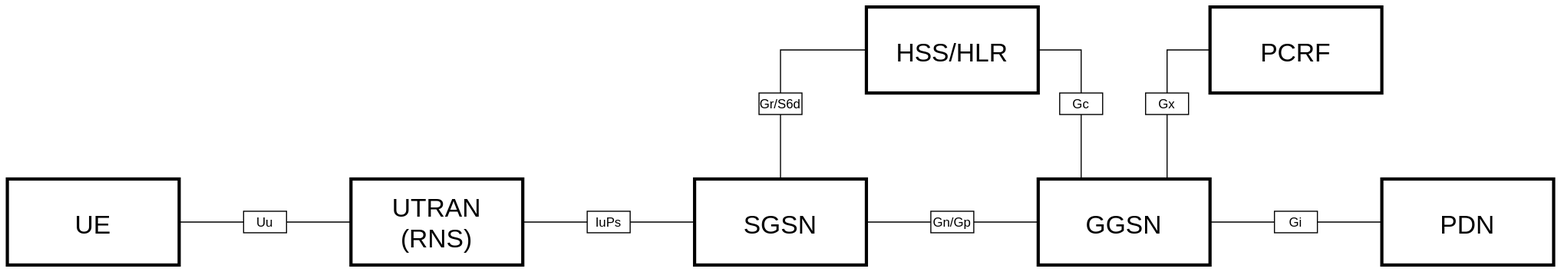
The draw.io diagram images/gprs-architecture.svg in amirsarebani81/core-network, before a commit. Source tidied: cells renumbered, new cells last; positions are measured from the earlier drawing's top-left corner, leaving out a move shared by most shapes.
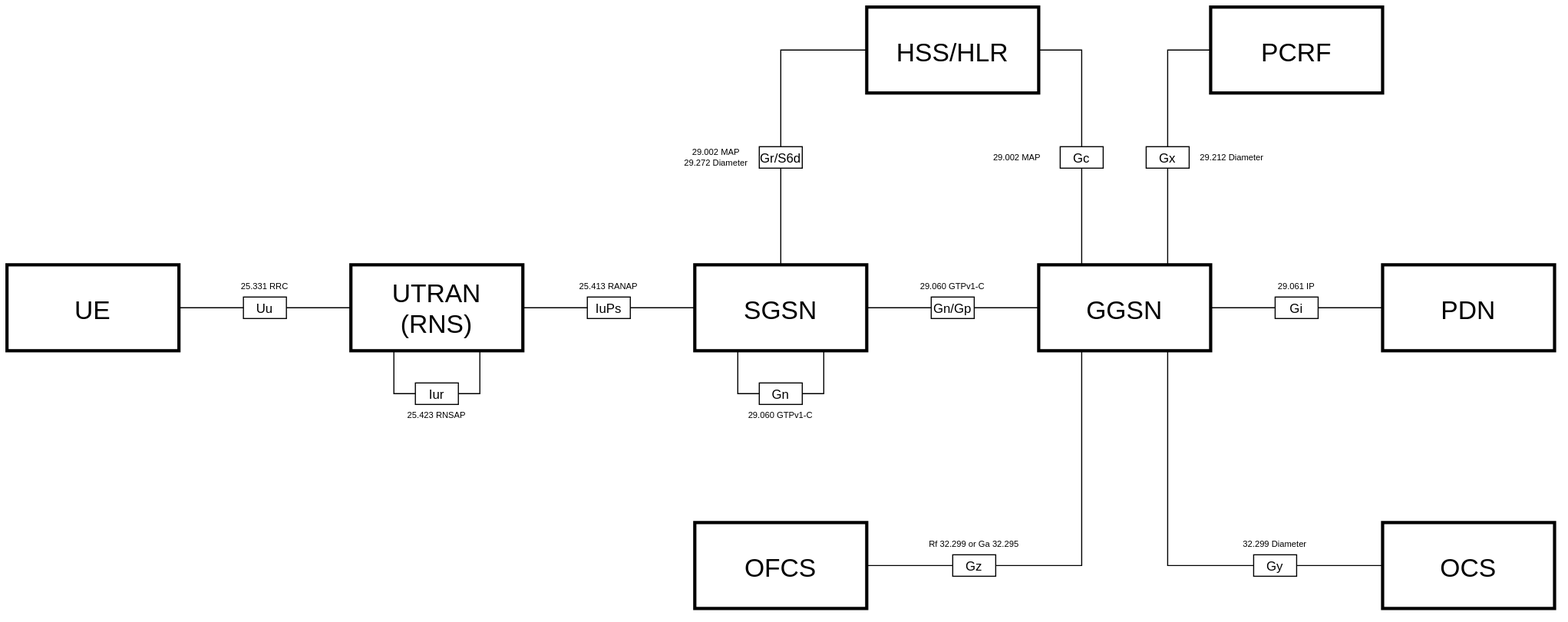
After the change.

Commit message:
WIP: Complete architecture figures

What changed in the source:
```diff
@@ -4,5 +4,2 @@
     <mxCell id="1" parent="0" />
-    <mxCell id="2" style="edgeStyle=orthogonalEdgeStyle;rounded=0;jettySize=auto;html=1;exitX=1;exitY=0.5;exitDx=0;exitDy=0;entryX=0;entryY=0.5;entryDx=0;entryDy=0;endArrow=none;endFill=0;" parent="1" edge="1" source="3" target="15">
-      <mxGeometry relative="1" as="geometry" />
-    </mxCell>
     <mxCell id="3" value="UE" style="rounded=0;whiteSpace=wrap;html=1;fontFamily=Helvetica;fontSize=24;strokeWidth=3;convertToSvg=1;svgWhiteSpace=wrap;" parent="1" vertex="1">
@@ -10,5 +7,2 @@
     </mxCell>
-    <mxCell id="4" style="edgeStyle=orthogonalEdgeStyle;rounded=0;jettySize=auto;html=1;exitX=1;exitY=0.5;exitDx=0;exitDy=0;entryX=0;entryY=0.5;entryDx=0;entryDy=0;endArrow=none;endFill=0;" parent="1" edge="1" source="5" target="17">
-      <mxGeometry relative="1" as="geometry" />
-    </mxCell>
     <mxCell id="5" value="UTRAN&lt;br&gt;(RNS)" style="rounded=0;whiteSpace=wrap;html=1;fontFamily=Helvetica;fontSize=24;strokeWidth=3;convertToSvg=1;svgWhiteSpace=wrap;" parent="1" vertex="1">
@@ -16,8 +10,2 @@
     </mxCell>
-    <mxCell id="6" style="edgeStyle=orthogonalEdgeStyle;rounded=0;jettySize=auto;html=1;exitX=1;exitY=0.5;exitDx=0;exitDy=0;entryX=0;entryY=0.5;entryDx=0;entryDy=0;endArrow=none;endFill=0;" parent="1" edge="1" source="8" target="19">
-      <mxGeometry relative="1" as="geometry" />
-    </mxCell>
-    <mxCell id="7" style="edgeStyle=orthogonalEdgeStyle;rounded=0;jettySize=auto;html=1;exitX=0.5;exitY=0;exitDx=0;exitDy=0;entryX=0.5;entryY=1;entryDx=0;entryDy=0;endArrow=none;endFill=0;" parent="1" edge="1" source="8" target="24">
-      <mxGeometry relative="1" as="geometry" />
-    </mxCell>
     <mxCell id="8" value="SGSN" style="rounded=0;whiteSpace=wrap;html=1;fontFamily=Helvetica;fontSize=24;strokeWidth=3;convertToSvg=1;svgWhiteSpace=wrap;" parent="1" vertex="1">
@@ -25,15 +13,2 @@
     </mxCell>
-    <mxCell id="9" style="edgeStyle=orthogonalEdgeStyle;rounded=0;jettySize=auto;html=1;exitX=1;exitY=0.5;exitDx=0;exitDy=0;entryX=0;entryY=0.5;entryDx=0;entryDy=0;endArrow=none;endFill=0;" parent="1" edge="1" source="12" target="21">
-      <mxGeometry relative="1" as="geometry" />
-    </mxCell>
-    <mxCell id="10" style="edgeStyle=orthogonalEdgeStyle;rounded=0;jettySize=auto;html=1;exitX=0.25;exitY=0;exitDx=0;exitDy=0;entryX=0.5;entryY=1;entryDx=0;entryDy=0;endArrow=none;endFill=0;" parent="1" edge="1" source="12" target="26">
-      <mxGeometry relative="1" as="geometry">
-        <Array as="points">
-          <mxPoint x="1000" y="100" />
-        </Array>
-      </mxGeometry>
-    </mxCell>
-    <mxCell id="11" style="edgeStyle=orthogonalEdgeStyle;rounded=0;jettySize=auto;html=1;exitX=0.75;exitY=0;exitDx=0;exitDy=0;entryX=0.5;entryY=1;entryDx=0;entryDy=0;endArrow=none;endFill=0;" parent="1" edge="1" source="12" target="29">
-      <mxGeometry relative="1" as="geometry" />
-    </mxCell>
     <mxCell id="12" value="GGSN" style="rounded=0;whiteSpace=wrap;html=1;fontFamily=Helvetica;fontSize=24;strokeWidth=3;convertToSvg=1;svgWhiteSpace=wrap;" parent="1" vertex="1">
@@ -44,39 +19,131 @@
     </mxCell>
+    <mxCell id="22" value="HSS/HLR" style="rounded=0;whiteSpace=wrap;html=1;fontFamily=Helvetica;fontSize=24;strokeWidth=3;convertToSvg=1;svgWhiteSpace=wrap;" parent="1" vertex="1">
+      <mxGeometry x="800" y="-80" width="160" height="80" as="geometry" />
+    </mxCell>
+    <mxCell id="27" value="PCRF" style="rounded=0;whiteSpace=wrap;html=1;fontFamily=Helvetica;fontSize=24;strokeWidth=3;convertToSvg=1;svgWhiteSpace=wrap;" parent="1" vertex="1">
+      <mxGeometry x="1120" y="-80" width="160" height="80" as="geometry" />
+    </mxCell>
+    <mxCell id="30" value="OFCS" style="rounded=0;whiteSpace=wrap;html=1;fontFamily=Helvetica;fontSize=24;strokeWidth=3;convertToSvg=1;svgWhiteSpace=wrap;" parent="1" vertex="1">
+      <mxGeometry x="640" y="400" width="160" height="80" as="geometry" />
+    </mxCell>
+    <mxCell id="31" value="OCS" style="rounded=0;whiteSpace=wrap;html=1;fontFamily=Helvetica;fontSize=24;strokeWidth=3;convertToSvg=1;svgWhiteSpace=wrap;" parent="1" vertex="1">
+      <mxGeometry x="1280" y="400" width="160" height="80" as="geometry" />
+    </mxCell>
+    <mxCell id="15" value="Uu" style="rounded=0;whiteSpace=wrap;html=1;fontSize=12;strokeWidth=1;convertToSvg=1;svgWhiteSpace=wrap;" parent="1" vertex="1">
+      <mxGeometry x="220" y="190" width="40" height="20" as="geometry" />
+    </mxCell>
+    <mxCell id="32" value="25.331 RRC" style="text;html=1;whiteSpace=wrap;strokeColor=none;fillColor=none;align=center;verticalAlign=middle;rounded=0;fontSize=8;convertToSvg=1;svgWhiteSpace=wrap;" parent="1" vertex="1">
+      <mxGeometry x="200" y="170" width="80" height="20" as="geometry" />
+    </mxCell>
+    <mxCell id="2" style="edgeStyle=orthogonalEdgeStyle;rounded=0;jettySize=auto;html=1;exitX=1;exitY=0.5;exitDx=0;exitDy=0;entryX=0;entryY=0.5;entryDx=0;entryDy=0;endArrow=none;endFill=0;convertToSvg=1;" parent="1" edge="1" source="3" target="15">
+      <mxGeometry relative="1" as="geometry" />
+    </mxCell>
-    <mxCell id="14" style="edgeStyle=orthogonalEdgeStyle;rounded=0;jettySize=auto;html=1;exitX=1;exitY=0.5;exitDx=0;exitDy=0;entryX=0;entryY=0.5;entryDx=0;entryDy=0;endArrow=none;endFill=0;" parent="1" edge="1" source="15" target="5">
+    <mxCell id="14" style="edgeStyle=orthogonalEdgeStyle;rounded=0;jettySize=auto;html=1;exitX=1;exitY=0.5;exitDx=0;exitDy=0;entryX=0;entryY=0.5;entryDx=0;entryDy=0;endArrow=none;endFill=0;convertToSvg=1;" parent="1" edge="1" source="15" target="5">
       <mxGeometry relative="1" as="geometry" />
     </mxCell>
-    <mxCell id="15" value="Uu" style="rounded=0;whiteSpace=wrap;html=1;fontSize=12;strokeWidth=1;convertToSvg=1;svgWhiteSpace=wrap;" parent="1" vertex="1">
-      <mxGeometry x="220" y="190" width="40" height="20" as="geometry" />
-    </mxCell>
+    <mxCell id="17" value="IuPs" style="rounded=0;whiteSpace=wrap;html=1;fontSize=12;strokeWidth=1;convertToSvg=1;svgWhiteSpace=wrap;" parent="1" vertex="1">
+      <mxGeometry x="540" y="190" width="40" height="20" as="geometry" />
+    </mxCell>
+    <mxCell id="33" value="25.413 RANAP" style="text;html=1;whiteSpace=wrap;strokeColor=none;fillColor=none;align=center;verticalAlign=middle;rounded=0;fontSize=8;convertToSvg=1;svgWhiteSpace=wrap;" parent="1" vertex="1">
+      <mxGeometry x="520" y="170" width="80" height="20" as="geometry" />
+    </mxCell>
+    <mxCell id="4" style="edgeStyle=orthogonalEdgeStyle;rounded=0;jettySize=auto;html=1;exitX=1;exitY=0.5;exitDx=0;exitDy=0;entryX=0;entryY=0.5;entryDx=0;entryDy=0;endArrow=none;endFill=0;convertToSvg=1;" parent="1" edge="1" source="5" target="17">
+      <mxGeometry relative="1" as="geometry" />
+    </mxCell>
-    <mxCell id="16" style="edgeStyle=orthogonalEdgeStyle;rounded=0;jettySize=auto;html=1;exitX=1;exitY=0.5;exitDx=0;exitDy=0;entryX=0;entryY=0.5;entryDx=0;entryDy=0;endArrow=none;endFill=0;" parent="1" edge="1" source="17" target="8">
+    <mxCell id="16" style="edgeStyle=orthogonalEdgeStyle;rounded=0;jettySize=auto;html=1;exitX=1;exitY=0.5;exitDx=0;exitDy=0;entryX=0;entryY=0.5;entryDx=0;entryDy=0;endArrow=none;endFill=0;convertToSvg=1;" parent="1" edge="1" source="17" target="8">
       <mxGeometry relative="1" as="geometry" />
     </mxCell>
-    <mxCell id="17" value="IuPs" style="rounded=0;whiteSpace=wrap;html=1;fontSize=12;strokeWidth=1;convertToSvg=1;svgWhiteSpace=wrap;" parent="1" vertex="1">
-      <mxGeometry x="540" y="190" width="40" height="20" as="geometry" />
-    </mxCell>
+    <mxCell id="19" value="Gn/Gp" style="rounded=0;whiteSpace=wrap;html=1;fontSize=12;strokeWidth=1;convertToSvg=1;svgWhiteSpace=wrap;" parent="1" vertex="1">
+      <mxGeometry x="860" y="190" width="40" height="20" as="geometry" />
+    </mxCell>
+    <mxCell id="34" value="29.060 GTPv1-C" style="text;html=1;whiteSpace=wrap;strokeColor=none;fillColor=none;align=center;verticalAlign=middle;rounded=0;fontSize=8;convertToSvg=1;svgWhiteSpace=wrap;" parent="1" vertex="1">
+      <mxGeometry x="840" y="170" width="80" height="20" as="geometry" />
+    </mxCell>
+    <mxCell id="6" style="edgeStyle=orthogonalEdgeStyle;rounded=0;jettySize=auto;html=1;exitX=1;exitY=0.5;exitDx=0;exitDy=0;entryX=0;entryY=0.5;entryDx=0;entryDy=0;endArrow=none;endFill=0;convertToSvg=1;" parent="1" edge="1" source="8" target="19">
+      <mxGeometry relative="1" as="geometry" />
+    </mxCell>
-    <mxCell id="18" style="edgeStyle=orthogonalEdgeStyle;rounded=0;jettySize=auto;html=1;exitX=1;exitY=0.5;exitDx=0;exitDy=0;entryX=0;entryY=0.5;entryDx=0;entryDy=0;endArrow=none;endFill=0;" parent="1" edge="1" source="19" target="12">
+    <mxCell id="18" style="edgeStyle=orthogonalEdgeStyle;rounded=0;jettySize=auto;html=1;exitX=1;exitY=0.5;exitDx=0;exitDy=0;entryX=0;entryY=0.5;entryDx=0;entryDy=0;endArrow=none;endFill=0;convertToSvg=1;" parent="1" edge="1" source="19" target="12">
       <mxGeometry relative="1" as="geometry" />
     </mxCell>
-    <mxCell id="19" value="Gn/Gp" style="rounded=0;whiteSpace=wrap;html=1;fontSize=12;strokeWidth=1;convertToSvg=1;svgWhiteSpace=wrap;" parent="1" vertex="1">
-      <mxGeometry x="860" y="190" width="40" height="20" as="geometry" />
-    </mxCell>
+    <mxCell id="21" value="Gi" style="rounded=0;whiteSpace=wrap;html=1;fontSize=12;strokeWidth=1;convertToSvg=1;svgWhiteSpace=wrap;" parent="1" vertex="1">
+      <mxGeometry x="1180" y="190" width="40" height="20" as="geometry" />
+    </mxCell>
+    <mxCell id="35" value="29.061 IP" style="text;html=1;whiteSpace=wrap;strokeColor=none;fillColor=none;align=center;verticalAlign=middle;rounded=0;fontSize=8;convertToSvg=1;svgWhiteSpace=wrap;" parent="1" vertex="1">
+      <mxGeometry x="1160" y="170" width="80" height="20" as="geometry" />
+    </mxCell>
+    <mxCell id="9" style="edgeStyle=orthogonalEdgeStyle;rounded=0;jettySize=auto;html=1;exitX=1;exitY=0.5;exitDx=0;exitDy=0;entryX=0;entryY=0.5;entryDx=0;entryDy=0;endArrow=none;endFill=0;convertToSvg=1;" parent="1" edge="1" source="12" target="21">
+      <mxGeometry relative="1" as="geometry" />
+    </mxCell>
-    <mxCell id="20" style="edgeStyle=orthogonalEdgeStyle;rounded=0;jettySize=auto;html=1;exitX=1;exitY=0.5;exitDx=0;exitDy=0;entryX=0;entryY=0.5;entryDx=0;entryDy=0;endArrow=none;endFill=0;" parent="1" edge="1" source="21" target="13">
+    <mxCell id="20" style="edgeStyle=orthogonalEdgeStyle;rounded=0;jettySize=auto;html=1;exitX=1;exitY=0.5;exitDx=0;exitDy=0;entryX=0;entryY=0.5;entryDx=0;entryDy=0;endArrow=none;endFill=0;convertToSvg=1;" parent="1" edge="1" source="21" target="13">
       <mxGeometry relative="1" as="geometry" />
     </mxCell>
-    <mxCell id="21" value="Gi" style="rounded=0;whiteSpace=wrap;html=1;fontSize=12;strokeWidth=1;convertToSvg=1;svgWhiteSpace=wrap;" parent="1" vertex="1">
-      <mxGeometry x="1180" y="190" width="40" height="20" as="geometry" />
-    </mxCell>
-    <mxCell id="22" value="HSS/HLR" style="rounded=0;whiteSpace=wrap;html=1;fontFamily=Helvetica;fontSize=24;strokeWidth=3;convertToSvg=1;svgWhiteSpace=wrap;" parent="1" vertex="1">
-      <mxGeometry x="800" width="160" height="80" as="geometry" />
-    </mxCell>
+    <mxCell id="36" value="Iur" style="rounded=0;whiteSpace=wrap;html=1;fontSize=12;strokeWidth=1;convertToSvg=1;svgWhiteSpace=wrap;" parent="1" vertex="1">
+      <mxGeometry x="380" y="270" width="40" height="20" as="geometry" />
+    </mxCell>
+    <mxCell id="37" value="25.423 RNSAP" style="text;html=1;whiteSpace=wrap;strokeColor=none;fillColor=none;align=center;verticalAlign=middle;rounded=0;fontSize=8;convertToSvg=1;svgWhiteSpace=wrap;" parent="1" vertex="1">
+      <mxGeometry x="360" y="290" width="80" height="20" as="geometry" />
+    </mxCell>
+    <mxCell id="38" style="edgeStyle=orthogonalEdgeStyle;rounded=0;jettySize=auto;html=1;exitX=0.25;exitY=1;exitDx=0;exitDy=0;exitPerimeter=0;entryX=0;entryY=0.5;entryDx=0;entryDy=0;endArrow=none;endFill=0;convertToSvg=1;" parent="1" edge="1" source="5" target="36">
+      <mxGeometry relative="1" as="geometry">
+        <Array as="points">
+          <mxPoint x="360" y="280" />
+        </Array>
+      </mxGeometry>
+    </mxCell>
+    <mxCell id="39" style="edgeStyle=orthogonalEdgeStyle;rounded=0;jettySize=auto;html=1;exitX=1;exitY=0.5;exitDx=0;exitDy=0;entryX=0.75;entryY=1;entryDx=0;entryDy=0;entryPerimeter=0;endArrow=none;endFill=0;convertToSvg=1;" parent="1" edge="1" source="36" target="5">
+      <mxGeometry relative="1" as="geometry">
+        <Array as="points">
+          <mxPoint x="440" y="280" />
+        </Array>
+      </mxGeometry>
+    </mxCell>
+    <mxCell id="40" value="Gn" style="rounded=0;whiteSpace=wrap;html=1;fontSize=12;strokeWidth=1;convertToSvg=1;svgWhiteSpace=wrap;" parent="1" vertex="1">
+      <mxGeometry x="700" y="270" width="40" height="20" as="geometry" />
+    </mxCell>
+    <mxCell id="41" value="29.060 GTPv1-C" style="text;html=1;whiteSpace=wrap;strokeColor=none;fillColor=none;align=center;verticalAlign=middle;rounded=0;fontSize=8;convertToSvg=1;svgWhiteSpace=wrap;" parent="1" vertex="1">
+      <mxGeometry x="680" y="290" width="80" height="20" as="geometry" />
+    </mxCell>
+    <mxCell id="42" style="edgeStyle=orthogonalEdgeStyle;rounded=0;jettySize=auto;html=1;exitX=0.25;exitY=1;exitDx=0;exitDy=0;exitPerimeter=0;entryX=0;entryY=0.5;entryDx=0;entryDy=0;endArrow=none;endFill=0;convertToSvg=1;" parent="1" edge="1" source="8" target="40">
+      <mxGeometry relative="1" as="geometry">
+        <Array as="points">
+          <mxPoint x="680" y="280" />
+        </Array>
+      </mxGeometry>
+    </mxCell>
+    <mxCell id="43" style="edgeStyle=orthogonalEdgeStyle;rounded=0;jettySize=auto;html=1;exitX=1;exitY=0.5;exitDx=0;exitDy=0;entryX=0.75;entryY=1;entryDx=0;entryDy=0;entryPerimeter=0;endArrow=none;endFill=0;convertToSvg=1;" parent="1" edge="1" source="40" target="8">
+      <mxGeometry relative="1" as="geometry">
+        <Array as="points">
+          <mxPoint x="760" y="280" />
+        </Array>
+      </mxGeometry>
+    </mxCell>
+    <mxCell id="24" value="Gr/S6d" style="rounded=0;whiteSpace=wrap;html=1;fontSize=12;strokeWidth=1;convertToSvg=1;svgWhiteSpace=wrap;" parent="1" vertex="1">
+      <mxGeometry x="700" y="50" width="40" height="20" as="geometry" />
+    </mxCell>
+    <mxCell id="44" value="29.002 MAP&lt;br&gt;29.272 Diameter" style="text;html=1;whiteSpace=wrap;strokeColor=none;fillColor=none;align=center;verticalAlign=middle;rounded=0;fontSize=8;convertToSvg=1;svgWhiteSpace=wrap;" parent="1" vertex="1">
+      <mxGeometry x="620" y="50" width="80" height="20" as="geometry" />
+    </mxCell>
+    <mxCell id="7" style="edgeStyle=orthogonalEdgeStyle;rounded=0;jettySize=auto;html=1;exitX=0.5;exitY=0;exitDx=0;exitDy=0;entryX=0.5;entryY=1;entryDx=0;entryDy=0;endArrow=none;endFill=0;convertToSvg=1;" parent="1" edge="1" source="8" target="24">
+      <mxGeometry relative="1" as="geometry" />
+    </mxCell>
-    <mxCell id="23" style="edgeStyle=orthogonalEdgeStyle;rounded=0;jettySize=auto;html=1;exitX=0.5;exitY=0;exitDx=0;exitDy=0;entryX=0;entryY=0.5;entryDx=0;entryDy=0;endArrow=none;endFill=0;" parent="1" edge="1" source="24" target="22">
-      <mxGeometry relative="1" as="geometry" />
+    <mxCell id="23" style="edgeStyle=orthogonalEdgeStyle;rounded=0;jettySize=auto;html=1;exitX=0.5;exitY=0;exitDx=0;exitDy=0;entryX=0;entryY=0.5;entryDx=0;entryDy=0;endArrow=none;endFill=0;convertToSvg=1;" parent="1" edge="1" source="24" target="22">
+      <mxGeometry relative="1" as="geometry">
+        <Array as="points">
+          <mxPoint x="720" y="-40" />
+        </Array>
+      </mxGeometry>
     </mxCell>
-    <mxCell id="24" value="Gr/S6d" style="rounded=0;whiteSpace=wrap;html=1;fontSize=12;strokeWidth=1;convertToSvg=1;svgWhiteSpace=wrap;" parent="1" vertex="1">
-      <mxGeometry x="700" y="80" width="40" height="20" as="geometry" />
-    </mxCell>
+    <mxCell id="26" value="Gc" style="rounded=0;whiteSpace=wrap;html=1;fontSize=12;strokeWidth=1;convertToSvg=1;svgWhiteSpace=wrap;" parent="1" vertex="1">
+      <mxGeometry x="980" y="50" width="40" height="20" as="geometry" />
+    </mxCell>
+    <mxCell id="45" value="29.002 MAP" style="text;html=1;whiteSpace=wrap;strokeColor=none;fillColor=none;align=center;verticalAlign=middle;rounded=0;fontSize=8;convertToSvg=1;svgWhiteSpace=wrap;" parent="1" vertex="1">
+      <mxGeometry x="900" y="50" width="80" height="20" as="geometry" />
+    </mxCell>
+    <mxCell id="10" style="edgeStyle=orthogonalEdgeStyle;rounded=0;jettySize=auto;html=1;exitX=0.25;exitY=0;exitDx=0;exitDy=0;exitPerimeter=0;entryX=0.5;entryY=1;entryDx=0;entryDy=0;endArrow=none;endFill=0;convertToSvg=1;" parent="1" edge="1" source="12" target="26">
+      <mxGeometry relative="1" as="geometry" />
+    </mxCell>
-    <mxCell id="25" style="edgeStyle=orthogonalEdgeStyle;rounded=0;jettySize=auto;html=1;exitX=0.5;exitY=0;exitDx=0;exitDy=0;entryX=1;entryY=0.5;entryDx=0;entryDy=0;endArrow=none;endFill=0;" parent="1" edge="1" source="26" target="22">
+    <mxCell id="25" style="edgeStyle=orthogonalEdgeStyle;rounded=0;jettySize=auto;html=1;exitX=0.5;exitY=0;exitDx=0;exitDy=0;entryX=1;entryY=0.5;entryDx=0;entryDy=0;endArrow=none;endFill=0;convertToSvg=1;" parent="1" edge="1" source="26" target="22">
       <mxGeometry relative="1" as="geometry">
         <Array as="points">
-          <mxPoint x="1000" y="40" />
+          <mxPoint x="1000" y="-40" />
         </Array>
@@ -84,14 +151,50 @@
     </mxCell>
-    <mxCell id="26" value="Gc" style="rounded=0;whiteSpace=wrap;html=1;fontSize=12;strokeWidth=1;convertToSvg=1;svgWhiteSpace=wrap;" parent="1" vertex="1">
-      <mxGeometry x="980" y="80" width="40" height="20" as="geometry" />
-    </mxCell>
-    <mxCell id="27" value="PCRF" style="rounded=0;whiteSpace=wrap;html=1;fontFamily=Helvetica;fontSize=24;strokeWidth=3;convertToSvg=1;svgWhiteSpace=wrap;" parent="1" vertex="1">
-      <mxGeometry x="1120" width="160" height="80" as="geometry" />
-    </mxCell>
+    <mxCell id="29" value="Gx" style="rounded=0;whiteSpace=wrap;html=1;fontSize=12;strokeWidth=1;convertToSvg=1;svgWhiteSpace=wrap;" parent="1" vertex="1">
+      <mxGeometry x="1060" y="50" width="40" height="20" as="geometry" />
+    </mxCell>
+    <mxCell id="46" value="29.212 Diameter" style="text;html=1;whiteSpace=wrap;strokeColor=none;fillColor=none;align=center;verticalAlign=middle;rounded=0;fontSize=8;convertToSvg=1;svgWhiteSpace=wrap;" parent="1" vertex="1">
+      <mxGeometry x="1100" y="50" width="80" height="20" as="geometry" />
+    </mxCell>
+    <mxCell id="11" style="edgeStyle=orthogonalEdgeStyle;rounded=0;jettySize=auto;html=1;exitX=0.75;exitY=0;exitDx=0;exitDy=0;exitPerimeter=0;entryX=0.5;entryY=1;entryDx=0;entryDy=0;endArrow=none;endFill=0;convertToSvg=1;" parent="1" edge="1" source="12" target="29">
+      <mxGeometry relative="1" as="geometry" />
+    </mxCell>
-    <mxCell id="28" style="edgeStyle=orthogonalEdgeStyle;rounded=0;jettySize=auto;html=1;exitX=0.5;exitY=0;exitDx=0;exitDy=0;entryX=0;entryY=0.5;entryDx=0;entryDy=0;endArrow=none;endFill=0;" parent="1" edge="1" source="29" target="27">
-      <mxGeometry relative="1" as="geometry" />
+    <mxCell id="28" style="edgeStyle=orthogonalEdgeStyle;rounded=0;jettySize=auto;html=1;exitX=0.5;exitY=0;exitDx=0;exitDy=0;entryX=0;entryY=0.5;entryDx=0;entryDy=0;endArrow=none;endFill=0;convertToSvg=1;" parent="1" edge="1" source="29" target="27">
+      <mxGeometry relative="1" as="geometry">
+        <Array as="points">
+          <mxPoint x="1080" y="-40" />
+        </Array>
+      </mxGeometry>
     </mxCell>
-    <mxCell id="29" value="Gx" style="rounded=0;whiteSpace=wrap;html=1;fontSize=12;strokeWidth=1;convertToSvg=1;svgWhiteSpace=wrap;" parent="1" vertex="1">
-      <mxGeometry x="1060" y="80" width="40" height="20" as="geometry" />
-    </mxCell>
+    <mxCell id="47" value="Gz" style="rounded=0;whiteSpace=wrap;html=1;fontSize=12;strokeWidth=1;convertToSvg=1;svgWhiteSpace=wrap;" parent="1" vertex="1">
+      <mxGeometry x="880" y="430" width="40" height="20" as="geometry" />
+    </mxCell>
+    <mxCell id="48" value="Rf 32.299 or Ga 32.295" style="text;html=1;whiteSpace=wrap;strokeColor=none;fillColor=none;align=center;verticalAlign=middle;rounded=0;fontSize=8;convertToSvg=1;svgWhiteSpace=wrap;" parent="1" vertex="1">
+      <mxGeometry x="840" y="410" width="120" height="20" as="geometry" />
+    </mxCell>
+    <mxCell id="49" style="edgeStyle=orthogonalEdgeStyle;rounded=0;jettySize=auto;html=1;exitX=0.25;exitY=1;exitDx=0;exitDy=0;exitPerimeter=0;entryX=1;entryY=0.5;entryDx=0;entryDy=0;endArrow=none;endFill=0;convertToSvg=1;" parent="1" edge="1" source="12" target="47">
+      <mxGeometry relative="1" as="geometry">
+        <Array as="points">
+          <mxPoint x="1000" y="440" />
+        </Array>
+      </mxGeometry>
+    </mxCell>
+    <mxCell id="50" style="edgeStyle=orthogonalEdgeStyle;rounded=0;jettySize=auto;html=1;exitX=0;exitY=0.5;exitDx=0;exitDy=0;entryX=1;entryY=0.5;entryDx=0;entryDy=0;endArrow=none;endFill=0;convertToSvg=1;" parent="1" edge="1" source="47" target="30">
+      <mxGeometry relative="1" as="geometry" />
+    </mxCell>
+    <mxCell id="51" value="Gy" style="rounded=0;whiteSpace=wrap;html=1;fontSize=12;strokeWidth=1;convertToSvg=1;svgWhiteSpace=wrap;" parent="1" vertex="1">
+      <mxGeometry x="1160" y="430" width="40" height="20" as="geometry" />
+    </mxCell>
+    <mxCell id="52" value="32.299 Diameter" style="text;html=1;whiteSpace=wrap;strokeColor=none;fillColor=none;align=center;verticalAlign=middle;rounded=0;fontSize=8;convertToSvg=1;svgWhiteSpace=wrap;" parent="1" vertex="1">
+      <mxGeometry x="1140" y="410" width="80" height="20" as="geometry" />
+    </mxCell>
+    <mxCell id="53" style="edgeStyle=orthogonalEdgeStyle;rounded=0;jettySize=auto;html=1;exitX=0.75;exitY=1;exitDx=0;exitDy=0;exitPerimeter=0;entryX=0;entryY=0.5;entryDx=0;entryDy=0;endArrow=none;endFill=0;convertToSvg=1;" parent="1" edge="1" source="12" target="51">
+      <mxGeometry relative="1" as="geometry">
+        <Array as="points">
+          <mxPoint x="1080" y="440" />
+        </Array>
+      </mxGeometry>
+    </mxCell>
+    <mxCell id="54" style="edgeStyle=orthogonalEdgeStyle;rounded=0;jettySize=auto;html=1;exitX=1;exitY=0.5;exitDx=0;exitDy=0;entryX=0;entryY=0.5;entryDx=0;entryDy=0;endArrow=none;endFill=0;convertToSvg=1;" parent="1" edge="1" source="51" target="31">
+      <mxGeometry relative="1" as="geometry" />
+    </mxCell>
   </root>
```
